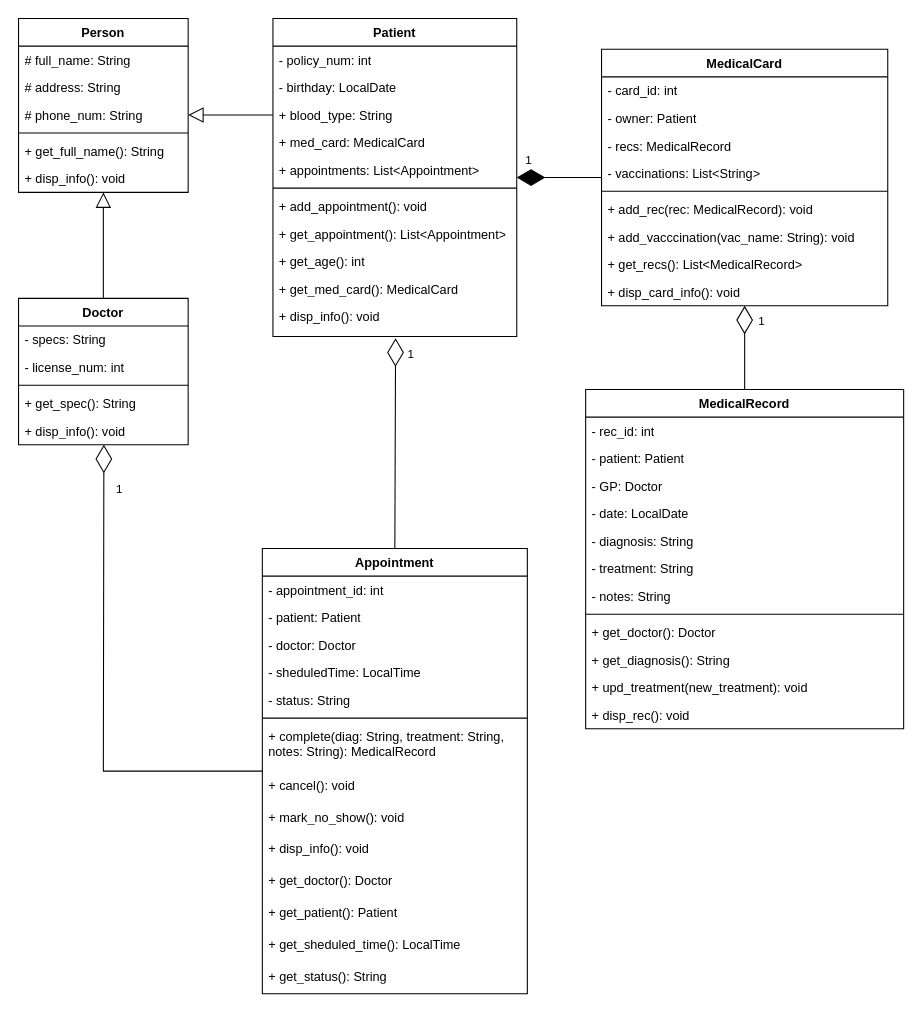
AntonHvost/senla_cources keeps this draw.io diagram as task-2/3/patient.drawio. Above is the earlier version. Source tidied: cells renumbered, new cells numbered last; positions are measured from the earlier drawing's top-left corner, leaving out a move shared by most shapes. Both pictures are drawn from the tidied source at 106%, with x=0, y=0 at pixel (18, 18).
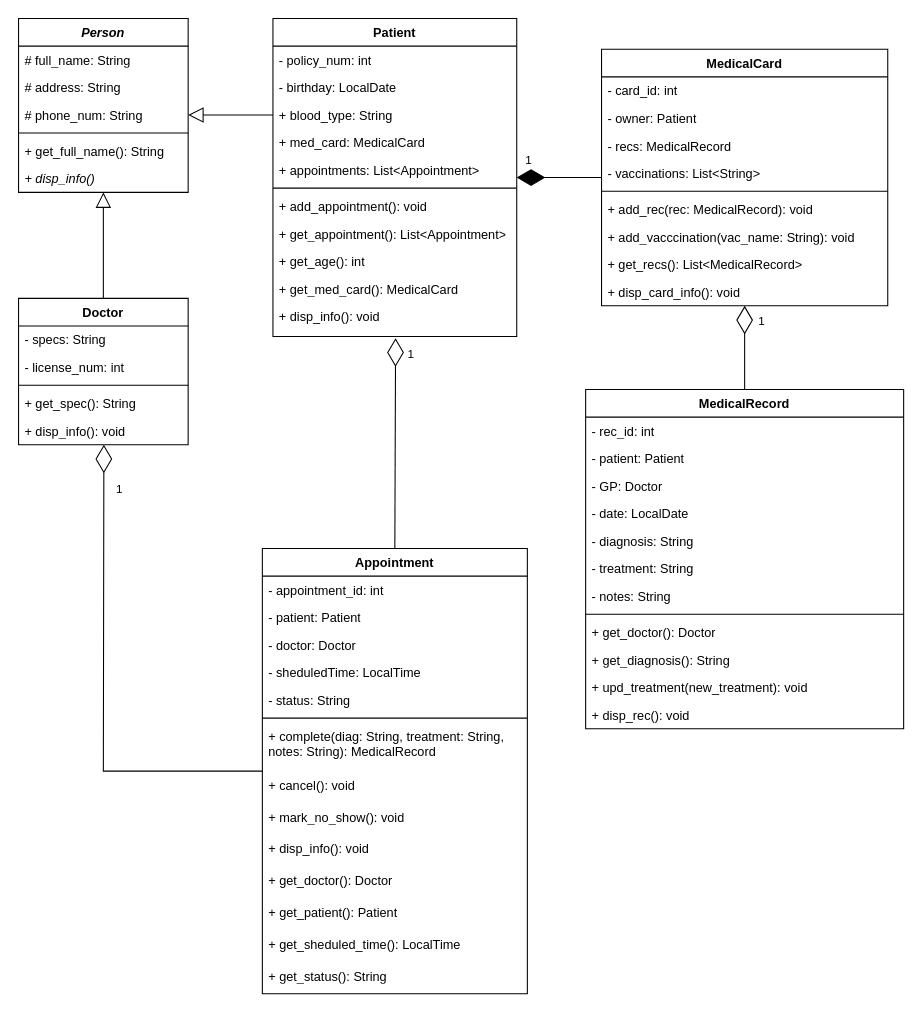
The same page after the edit.

Commit message (it also covers changes not shown here):
Fixing mistakes in UML-diagrams.

The edit, as a diff of the source:
```diff
@@
-    <mxCell id="2" value="Person" style="swimlane;fontStyle=1;align=center;verticalAlign=top;horizontal=1;startSize=26;whiteSpace=wrap;html=1;" parent="1" vertex="1">
+    <mxCell id="2" value="&lt;i&gt;Person&lt;/i&gt;" style="swimlane;fontStyle=1;align=center;verticalAlign=top;horizontal=1;startSize=26;whiteSpace=wrap;html=1;" parent="1" vertex="1">
       <mxGeometry width="160" height="164" as="geometry" />
     </mxCell>
@@
-    <mxCell id="8" value="+ disp_info(): void" style="text;strokeColor=none;fillColor=none;align=left;verticalAlign=top;spacingLeft=4;spacingRight=4;overflow=hidden;points=[[0,0.5],[1,0.5]];portConstraint=eastwest;whiteSpace=wrap;html=1;" parent="2" vertex="1">
+    <mxCell id="8" value="&lt;i&gt;+ disp_info()&lt;/i&gt;" style="text;strokeColor=none;fillColor=none;align=left;verticalAlign=top;spacingLeft=4;spacingRight=4;overflow=hidden;points=[[0,0.5],[1,0.5]];portConstraint=eastwest;whiteSpace=wrap;html=1;" parent="2" vertex="1">
       <mxGeometry y="138" width="160" height="26" as="geometry" />
     </mxCell>
```
